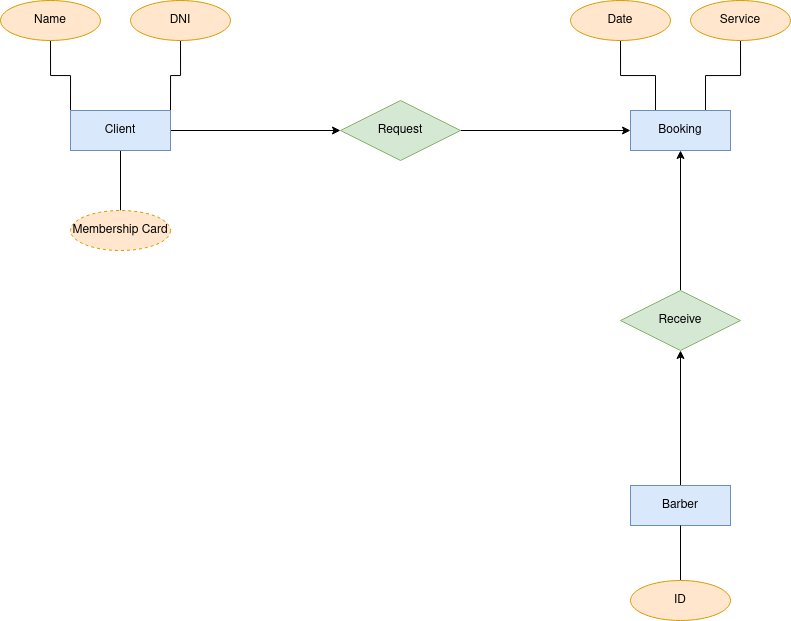
The draw.io diagram (EN)Model_entity_relation.drawio.png in colidom/proyecto-ets, before a commit. Source tidied: cells renumbered, new cells last; positions are measured from the earlier drawing's top-left corner, leaving out a move shared by most shapes. Source of this version:
```xml
<mxGraphModel>
  <root>
    <mxCell id="0" />
    <mxCell id="1" parent="0" />
    <mxCell id="2" style="edgeStyle=orthogonalEdgeStyle;rounded=0;jettySize=auto;html=1;exitX=1;exitY=0.5;exitDx=0;exitDy=0;entryX=0;entryY=0.5;entryDx=0;entryDy=0;" parent="1" edge="1" source="6" target="8">
      <mxGeometry relative="1" as="geometry" />
    </mxCell>
    <mxCell id="3" style="edgeStyle=orthogonalEdgeStyle;rounded=0;jettySize=auto;html=1;exitX=0;exitY=0;exitDx=0;exitDy=0;entryX=0.5;entryY=1;entryDx=0;entryDy=0;endArrow=none;endFill=0;" parent="1" edge="1" source="6" target="20">
      <mxGeometry relative="1" as="geometry" />
    </mxCell>
    <mxCell id="4" style="edgeStyle=orthogonalEdgeStyle;rounded=0;jettySize=auto;html=1;exitX=1;exitY=0;exitDx=0;exitDy=0;entryX=0.5;entryY=1;entryDx=0;entryDy=0;endArrow=none;endFill=0;" parent="1" edge="1" source="6" target="21">
      <mxGeometry relative="1" as="geometry" />
    </mxCell>
    <mxCell id="5" style="edgeStyle=orthogonalEdgeStyle;rounded=0;jettySize=auto;html=1;exitX=0.5;exitY=1;exitDx=0;exitDy=0;entryX=0.5;entryY=0;entryDx=0;entryDy=0;endArrow=none;endFill=0;" parent="1" edge="1" source="6" target="22">
      <mxGeometry relative="1" as="geometry" />
    </mxCell>
    <mxCell id="6" value="Client" style="whiteSpace=wrap;html=1;align=center;fillColor=#dae8fc;strokeColor=#6c8ebf;" parent="1" vertex="1">
      <mxGeometry x="70" y="110" width="100" height="40" as="geometry" />
    </mxCell>
    <mxCell id="7" style="edgeStyle=orthogonalEdgeStyle;rounded=0;jettySize=auto;html=1;exitX=1;exitY=0.5;exitDx=0;exitDy=0;entryX=0;entryY=0.5;entryDx=0;entryDy=0;" parent="1" edge="1" source="8" target="11">
      <mxGeometry relative="1" as="geometry" />
    </mxCell>
    <mxCell id="8" value="Request" style="shape=rhombus;perimeter=rhombusPerimeter;whiteSpace=wrap;html=1;align=center;fillColor=#d5e8d4;strokeColor=#82b366;" parent="1" vertex="1">
      <mxGeometry x="340" y="100" width="120" height="60" as="geometry" />
    </mxCell>
    <mxCell id="9" style="edgeStyle=orthogonalEdgeStyle;rounded=0;jettySize=auto;html=1;exitX=0.25;exitY=0;exitDx=0;exitDy=0;entryX=0.5;entryY=1;entryDx=0;entryDy=0;endArrow=none;endFill=0;" parent="1" edge="1" source="11" target="19">
      <mxGeometry relative="1" as="geometry" />
    </mxCell>
    <mxCell id="10" style="edgeStyle=orthogonalEdgeStyle;rounded=0;jettySize=auto;html=1;exitX=0.75;exitY=0;exitDx=0;exitDy=0;entryX=0.5;entryY=1;entryDx=0;entryDy=0;endArrow=none;endFill=0;" parent="1" edge="1" source="11" target="18">
      <mxGeometry relative="1" as="geometry" />
    </mxCell>
    <mxCell id="11" value="Booking" style="whiteSpace=wrap;html=1;align=center;fillColor=#dae8fc;strokeColor=#6c8ebf;" parent="1" vertex="1">
      <mxGeometry x="630" y="110" width="100" height="40" as="geometry" />
    </mxCell>
    <mxCell id="12" style="edgeStyle=orthogonalEdgeStyle;rounded=0;jettySize=auto;html=1;exitX=0.5;exitY=0;exitDx=0;exitDy=0;entryX=0.5;entryY=1;entryDx=0;entryDy=0;" parent="1" edge="1" source="13" target="11">
      <mxGeometry relative="1" as="geometry" />
    </mxCell>
    <mxCell id="13" value="Receive" style="shape=rhombus;perimeter=rhombusPerimeter;whiteSpace=wrap;html=1;align=center;fillColor=#d5e8d4;strokeColor=#82b366;" parent="1" vertex="1">
      <mxGeometry x="620" y="290" width="120" height="60" as="geometry" />
    </mxCell>
    <mxCell id="14" style="edgeStyle=orthogonalEdgeStyle;rounded=0;jettySize=auto;html=1;exitX=0.5;exitY=0;exitDx=0;exitDy=0;entryX=0.5;entryY=1;entryDx=0;entryDy=0;" parent="1" edge="1" source="15" target="13">
      <mxGeometry relative="1" as="geometry" />
    </mxCell>
    <mxCell id="15" value="Barber" style="whiteSpace=wrap;html=1;align=center;fillColor=#dae8fc;strokeColor=#6c8ebf;" parent="1" vertex="1">
      <mxGeometry x="630" y="485" width="100" height="40" as="geometry" />
    </mxCell>
    <mxCell id="16" style="edgeStyle=orthogonalEdgeStyle;rounded=0;jettySize=auto;html=1;exitX=0.5;exitY=0;exitDx=0;exitDy=0;entryX=0.5;entryY=1;entryDx=0;entryDy=0;endArrow=none;endFill=0;" parent="1" edge="1" source="17" target="15">
      <mxGeometry relative="1" as="geometry" />
    </mxCell>
    <mxCell id="17" value="ID" style="ellipse;whiteSpace=wrap;html=1;align=center;fillColor=#ffe6cc;strokeColor=#d79b00;" parent="1" vertex="1">
      <mxGeometry x="630" y="580" width="100" height="40" as="geometry" />
    </mxCell>
    <mxCell id="18" value="Service" style="ellipse;whiteSpace=wrap;html=1;align=center;fillColor=#ffe6cc;strokeColor=#d79b00;" parent="1" vertex="1">
      <mxGeometry x="690" width="100" height="40" as="geometry" />
    </mxCell>
    <mxCell id="19" value="Date" style="ellipse;whiteSpace=wrap;html=1;align=center;fillColor=#ffe6cc;strokeColor=#d79b00;" parent="1" vertex="1">
      <mxGeometry x="570" width="100" height="40" as="geometry" />
    </mxCell>
    <mxCell id="20" value="Name" style="ellipse;whiteSpace=wrap;html=1;align=center;fillColor=#ffe6cc;strokeColor=#d79b00;" parent="1" vertex="1">
      <mxGeometry width="100" height="40" as="geometry" />
    </mxCell>
    <mxCell id="21" value="DNI" style="ellipse;whiteSpace=wrap;html=1;align=center;fillColor=#ffe6cc;strokeColor=#d79b00;" parent="1" vertex="1">
      <mxGeometry x="130" width="100" height="40" as="geometry" />
    </mxCell>
    <mxCell id="22" value="Membership Card" style="ellipse;whiteSpace=wrap;html=1;align=center;dashed=1;fillColor=#ffe6cc;strokeColor=#d79b00;" parent="1" vertex="1">
      <mxGeometry x="70" y="210" width="100" height="40" as="geometry" />
    </mxCell>
  </root>
</mxGraphModel>
```
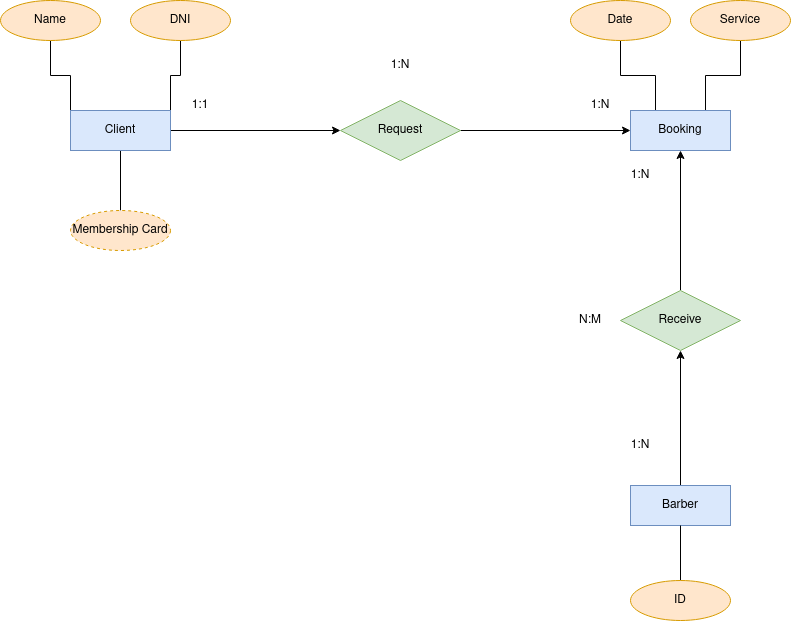
The same file after the commit.

Change to the diagram source:
```diff
@@ -65,5 +65,23 @@
     <mxCell id="22" value="Membership Card" style="ellipse;whiteSpace=wrap;html=1;align=center;dashed=1;fillColor=#ffe6cc;strokeColor=#d79b00;" parent="1" vertex="1">
       <mxGeometry x="70" y="210" width="100" height="40" as="geometry" />
     </mxCell>
+    <mxCell id="23" value="1:N" style="text;html=1;strokeColor=none;fillColor=none;align=center;verticalAlign=middle;whiteSpace=wrap;rounded=0;" parent="1" vertex="1">
+      <mxGeometry x="570" y="90" width="60" height="30" as="geometry" />
+    </mxCell>
+    <mxCell id="24" value="1:1" style="text;html=1;strokeColor=none;fillColor=none;align=center;verticalAlign=middle;whiteSpace=wrap;rounded=0;" parent="1" vertex="1">
+      <mxGeometry x="170" y="90" width="60" height="30" as="geometry" />
+    </mxCell>
+    <mxCell id="25" value="1:N" style="text;html=1;strokeColor=none;fillColor=none;align=center;verticalAlign=middle;whiteSpace=wrap;rounded=0;" parent="1" vertex="1">
+      <mxGeometry x="370" y="50" width="60" height="30" as="geometry" />
+    </mxCell>
+    <mxCell id="26" value="1:N" style="text;html=1;strokeColor=none;fillColor=none;align=center;verticalAlign=middle;whiteSpace=wrap;rounded=0;" parent="1" vertex="1">
+      <mxGeometry x="610" y="160" width="60" height="30" as="geometry" />
+    </mxCell>
+    <mxCell id="27" value="1:N" style="text;html=1;strokeColor=none;fillColor=none;align=center;verticalAlign=middle;whiteSpace=wrap;rounded=0;" parent="1" vertex="1">
+      <mxGeometry x="610" y="430" width="60" height="30" as="geometry" />
+    </mxCell>
+    <mxCell id="28" value="N:M" style="text;html=1;strokeColor=none;fillColor=none;align=center;verticalAlign=middle;whiteSpace=wrap;rounded=0;" parent="1" vertex="1">
+      <mxGeometry x="560" y="305" width="60" height="30" as="geometry" />
+    </mxCell>
   </root>
 </mxGraphModel>
```
